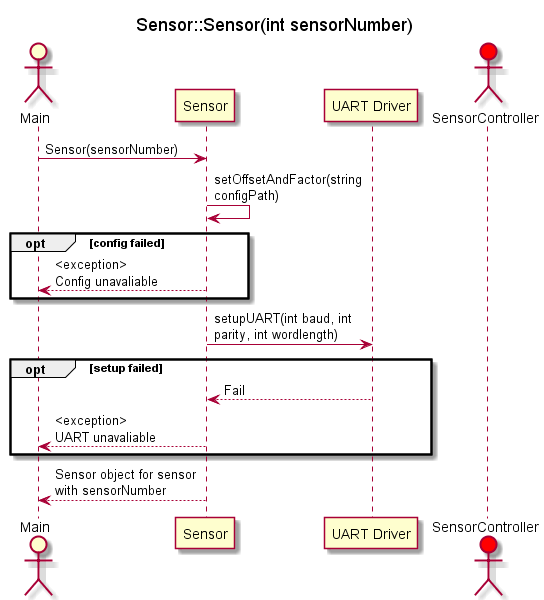
This is Design/SE/SensorController Driver/SD_Constructor/SD_SensorControllerDriverConstructor.png from Solvgraa-mager/E4PRJ4, a PlantUML export, as it was before one commit. Its diagram source:
```plantuml
@startuml
title Sensor::Sensor(int sensorNumber)

skinparam MaxMessageSize 150

actor Main as Main
participant Sensor as SD
participant "UART Driver" as UART
actor SensorController as SC #red

Main -> SD : Sensor(sensorNumber)
SD -> SD : setOffsetAndFactor(string configPath)
opt config failed
SD --> Main : <exception> \nConfig unavaliable
end opt
SD -> UART : setupUART(int baud, int parity, int wordlength)
opt setup failed
UART --> SD : Fail
SD --> Main : <exception> \nUART unavaliable
end opt
SD --> Main : Sensor object for sensor with sensorNumber



@enduml
```
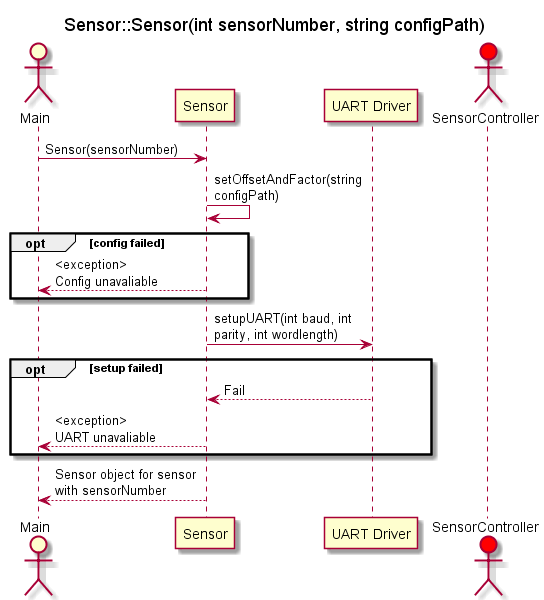
Above is the later version.

Diff of the diagram source:
```diff
@@ -1,5 +1,5 @@
-@startuml
-title Sensor::Sensor(int sensorNumber)
+@startuml SD_SensorControllerDriverConstructor
+title Sensor::Sensor(int sensorNumber, string configPath)
 
 skinparam MaxMessageSize 150
 
```
